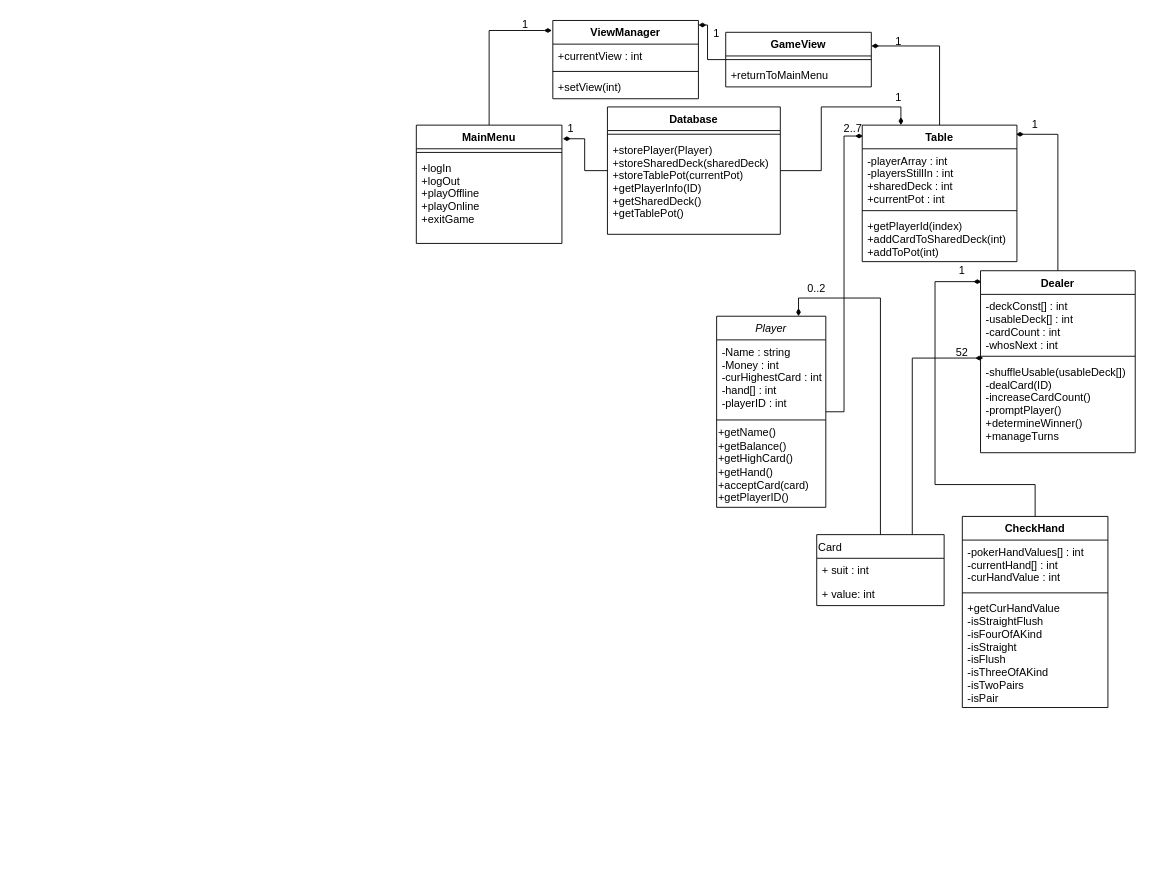
The draw.io diagram ClassDiagramUML.drawio in pierce-powell/ProcessesPoker, before the edit. Source tidied: cells renumbered, new cells numbered last; positions are measured from the earlier drawing's top-left corner, leaving out a move shared by most shapes. Both pictures are drawn from the tidied source at 91%, with x=0, y=0 at pixel (416, 15).
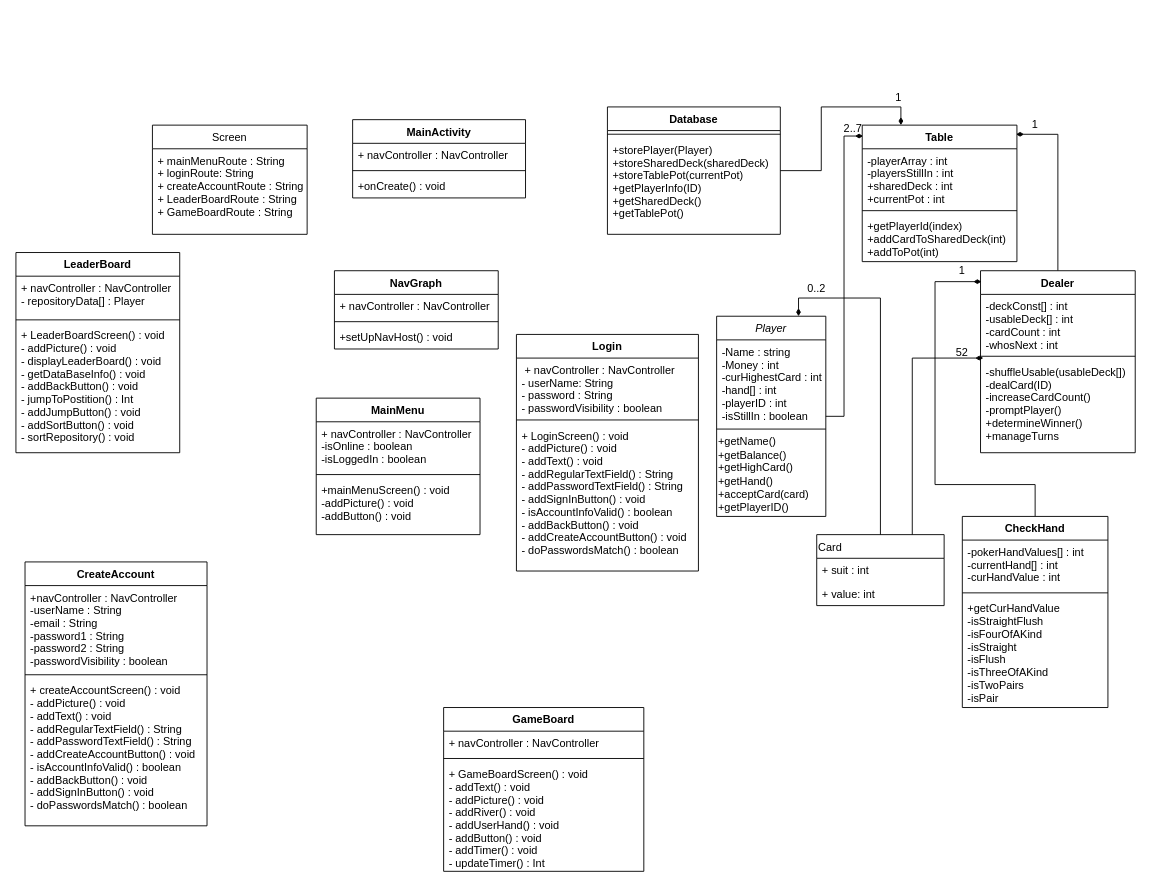
The same page after the edit.

The change refers to these unchanged cells:
```xml
<mxCell id="18" value="Table" style="swimlane;fontStyle=1;align=center;verticalAlign=top;horizontal=1;startSize=26;" parent="1" vertex="1">
  <mxGeometry x="490" y="120" width="170" height="150" as="geometry" />
</mxCell>
<mxCell id="24" value="Database" style="swimlane;fontStyle=1;align=center;verticalAlign=top;horizontal=1;startSize=26;" parent="1" vertex="1">
  <mxGeometry x="210" y="100" width="190" height="140" as="geometry" />
</mxCell>
```

The edit, as a diff of the source:
```diff
@@
     <mxCell id="3" value="Player" style="swimlane;fontStyle=2;align=center;verticalAlign=top;horizontal=1;startSize=26;rounded=0;shadow=0;strokeWidth=1;" parent="1" vertex="1">
-      <mxGeometry x="330" y="330" width="120" height="210" as="geometry" />
+      <mxGeometry x="330" y="330" width="120" height="220" as="geometry" />
     </mxCell>
-    <mxCell id="4" value="-Name : string&#10;-Money : int&#10;-curHighestCard : int&#10;-hand[] : int&#10;-playerID : int" style="text;align=left;verticalAlign=top;spacingLeft=4;spacingRight=4;overflow=hidden;rounded=0;shadow=0;html=0;" parent="3" vertex="1">
-      <mxGeometry y="26" width="120" height="84" as="geometry" />
+    <mxCell id="4" value="-Name : string&#10;-Money : int&#10;-curHighestCard : int&#10;-hand[] : int&#10;-playerID : int&#10;-isStillIn : boolean" style="text;align=left;verticalAlign=top;spacingLeft=4;spacingRight=4;overflow=hidden;rounded=0;shadow=0;html=0;" parent="3" vertex="1">
+      <mxGeometry y="26" width="120" height="94" as="geometry" />
     </mxCell>
     <mxCell id="5" style="line;html=1;strokeWidth=1;align=left;verticalAlign=middle;spacingTop=-1;spacingLeft=3;spacingRight=3;labelPosition=right;" parent="3" vertex="1">
-      <mxGeometry y="110" width="120" height="8" as="geometry" />
+      <mxGeometry y="120" width="120" height="8" as="geometry" />
     </mxCell>
     <mxCell id="6" value="+getName()&lt;br&gt;+getBalance()&lt;br&gt;+getHighCard()&lt;br&gt;+getHand()&lt;br&gt;+acceptCard(card)&lt;br&gt;+getPlayerID()" style="text;html=1;strokeColor=none;fillColor=none;align=left;verticalAlign=middle;whiteSpace=wrap;rounded=0;" parent="3" vertex="1">
-      <mxGeometry y="118" width="120" height="92" as="geometry" />
+      <mxGeometry y="128" width="120" height="92" as="geometry" />
     </mxCell>
@@
-    <mxCell id="17" style="edgeStyle=orthogonalEdgeStyle;rounded=0;jettySize=auto;html=1;entryX=1;entryY=0.25;entryDx=0;entryDy=0;endArrow=diamondThin;endFill=1;" parent="1" edge="1" source="18" target="37">
-      <mxGeometry relative="1" as="geometry" />
-    </mxCell>
@@
-    <mxCell id="22" style="edgeStyle=orthogonalEdgeStyle;rounded=0;jettySize=auto;html=1;entryX=1.006;entryY=0.115;entryDx=0;entryDy=0;entryPerimeter=0;endArrow=diamondThin;endFill=1;" parent="1" edge="1" source="24" target="33">
-      <mxGeometry relative="1" as="geometry" />
-    </mxCell>
@@
-    <mxCell id="32" style="edgeStyle=orthogonalEdgeStyle;rounded=0;jettySize=auto;html=1;entryX=-0.006;entryY=0.128;entryDx=0;entryDy=0;entryPerimeter=0;endArrow=diamondThin;endFill=1;" parent="1" edge="1" source="33" target="40">
-      <mxGeometry relative="1" as="geometry" />
-    </mxCell>
-    <mxCell id="33" value="MainMenu" style="swimlane;fontStyle=1;align=center;verticalAlign=top;horizontal=1;startSize=26;" parent="1" vertex="1">
-      <mxGeometry y="120" width="160" height="130" as="geometry" />
-    </mxCell>
-    <mxCell id="34" style="line;strokeWidth=1;fillColor=none;align=left;verticalAlign=middle;spacingTop=-1;spacingLeft=3;spacingRight=3;labelPosition=right;" parent="33" vertex="1">
-      <mxGeometry y="26" width="160" height="8" as="geometry" />
-    </mxCell>
-    <mxCell id="35" value="+logIn&#10;+logOut&#10;+playOffline&#10;+playOnline&#10;+exitGame" style="text;strokeColor=none;fillColor=none;align=left;verticalAlign=top;spacingLeft=4;spacingRight=4;overflow=hidden;" parent="33" vertex="1">
-      <mxGeometry y="34" width="160" height="96" as="geometry" />
-    </mxCell>
-    <mxCell id="36" style="edgeStyle=orthogonalEdgeStyle;rounded=0;jettySize=auto;html=1;entryX=1;entryY=0.058;entryDx=0;entryDy=0;endArrow=diamondThin;endFill=1;entryPerimeter=0;" parent="1" edge="1" source="37" target="40">
-      <mxGeometry relative="1" as="geometry" />
-    </mxCell>
-    <mxCell id="37" value="GameView" style="swimlane;fontStyle=1;align=center;verticalAlign=top;horizontal=1;startSize=26;" parent="1" vertex="1">
-      <mxGeometry x="340" y="18" width="160" height="60" as="geometry" />
-    </mxCell>
-    <mxCell id="38" style="line;strokeWidth=1;fillColor=none;align=left;verticalAlign=middle;spacingTop=-1;spacingLeft=3;spacingRight=3;labelPosition=right;" parent="37" vertex="1">
-      <mxGeometry y="26" width="160" height="8" as="geometry" />
-    </mxCell>
-    <mxCell id="39" value="+returnToMainMenu" style="text;strokeColor=none;fillColor=none;align=left;verticalAlign=top;spacingLeft=4;spacingRight=4;overflow=hidden;" parent="37" vertex="1">
-      <mxGeometry y="34" width="160" height="26" as="geometry" />
-    </mxCell>
-    <mxCell id="40" value="ViewManager" style="swimlane;fontStyle=1;align=center;verticalAlign=top;horizontal=1;startSize=26;" parent="1" vertex="1">
-      <mxGeometry x="150" y="5" width="160" height="86" as="geometry" />
-    </mxCell>
-    <mxCell id="41" value="+currentView : int" style="text;strokeColor=none;fillColor=none;align=left;verticalAlign=top;spacingLeft=4;spacingRight=4;overflow=hidden;" parent="40" vertex="1">
-      <mxGeometry y="26" width="160" height="26" as="geometry" />
-    </mxCell>
-    <mxCell id="42" style="line;strokeWidth=1;fillColor=none;align=left;verticalAlign=middle;spacingTop=-1;spacingLeft=3;spacingRight=3;labelPosition=right;" parent="40" vertex="1">
-      <mxGeometry y="52" width="160" height="8" as="geometry" />
-    </mxCell>
-    <mxCell id="43" value="+setView(int)" style="text;strokeColor=none;fillColor=none;align=left;verticalAlign=top;spacingLeft=4;spacingRight=4;overflow=hidden;" parent="40" vertex="1">
-      <mxGeometry y="60" width="160" height="26" as="geometry" />
-    </mxCell>
@@
-    <mxCell id="48" value="1" style="text;html=1;strokeColor=none;fillColor=none;align=center;verticalAlign=middle;whiteSpace=wrap;rounded=0;" parent="1" vertex="1">
-      <mxGeometry x="510" y="18" width="40" height="20" as="geometry" />
-    </mxCell>
@@
-    <mxCell id="50" value="1" style="text;html=1;strokeColor=none;fillColor=none;align=center;verticalAlign=middle;whiteSpace=wrap;rounded=0;" parent="1" vertex="1">
-      <mxGeometry x="150" y="114" width="40" height="20" as="geometry" />
-    </mxCell>
@@
-    <mxCell id="52" value="1" style="text;html=1;strokeColor=none;fillColor=none;align=center;verticalAlign=middle;whiteSpace=wrap;rounded=0;" parent="1" vertex="1">
-      <mxGeometry x="100" width="40" height="20" as="geometry" />
-    </mxCell>
-    <mxCell id="53" value="1" style="text;html=1;strokeColor=none;fillColor=none;align=center;verticalAlign=middle;whiteSpace=wrap;rounded=0;" parent="1" vertex="1">
-      <mxGeometry x="310" y="10" width="40" height="20" as="geometry" />
-    </mxCell>
+    <mxCell id="54" value="MainActivity" style="swimlane;fontStyle=1;align=center;verticalAlign=top;horizontal=1;startSize=26;" parent="1" vertex="1">
+      <mxGeometry x="-70" y="114" width="190" height="86" as="geometry" />
+    </mxCell>
+    <mxCell id="55" value="+ navController : NavController" style="text;strokeColor=none;fillColor=none;align=left;verticalAlign=top;spacingLeft=4;spacingRight=4;overflow=hidden;" parent="54" vertex="1">
+      <mxGeometry y="26" width="190" height="26" as="geometry" />
+    </mxCell>
+    <mxCell id="56" style="line;strokeWidth=1;fillColor=none;align=left;verticalAlign=middle;spacingTop=-1;spacingLeft=3;spacingRight=3;labelPosition=right;" parent="54" vertex="1">
+      <mxGeometry y="52" width="190" height="8" as="geometry" />
+    </mxCell>
+    <mxCell id="57" value="+onCreate() : void" style="text;strokeColor=none;fillColor=none;align=left;verticalAlign=top;spacingLeft=4;spacingRight=4;overflow=hidden;" parent="54" vertex="1">
+      <mxGeometry y="60" width="190" height="26" as="geometry" />
+    </mxCell>
+    <mxCell id="58" value="NavGraph" style="swimlane;fontStyle=1;align=center;verticalAlign=top;horizontal=1;startSize=26;" parent="1" vertex="1">
+      <mxGeometry x="-90" y="280" width="180" height="86" as="geometry" />
+    </mxCell>
+    <mxCell id="59" value="+ navController : NavController" style="text;strokeColor=none;fillColor=none;align=left;verticalAlign=top;spacingLeft=4;spacingRight=4;overflow=hidden;" parent="58" vertex="1">
+      <mxGeometry y="26" width="180" height="26" as="geometry" />
+    </mxCell>
+    <mxCell id="60" style="line;strokeWidth=1;fillColor=none;align=left;verticalAlign=middle;spacingTop=-1;spacingLeft=3;spacingRight=3;labelPosition=right;" parent="58" vertex="1">
+      <mxGeometry y="52" width="180" height="8" as="geometry" />
+    </mxCell>
+    <mxCell id="61" value="+setUpNavHost() : void" style="text;strokeColor=none;fillColor=none;align=left;verticalAlign=top;spacingLeft=4;spacingRight=4;overflow=hidden;" parent="58" vertex="1">
+      <mxGeometry y="60" width="180" height="26" as="geometry" />
+    </mxCell>
+    <mxCell id="33" value="MainMenu" style="swimlane;fontStyle=1;align=center;verticalAlign=top;horizontal=1;startSize=26;" parent="1" vertex="1">
+      <mxGeometry x="-110" y="420" width="180" height="150" as="geometry" />
+    </mxCell>
+    <mxCell id="62" value="+ navController : NavController&#10;-isOnline : boolean&#10;-isLoggedIn : boolean" style="text;strokeColor=none;fillColor=none;align=left;verticalAlign=top;spacingLeft=4;spacingRight=4;overflow=hidden;" parent="33" vertex="1">
+      <mxGeometry y="26" width="180" height="54" as="geometry" />
+    </mxCell>
+    <mxCell id="63" style="line;strokeWidth=1;fillColor=none;align=left;verticalAlign=middle;spacingTop=-1;spacingLeft=3;spacingRight=3;labelPosition=right;" parent="33" vertex="1">
+      <mxGeometry y="80" width="180" height="8" as="geometry" />
+    </mxCell>
+    <mxCell id="64" value="+mainMenuScreen() : void&#10;-addPicture() : void&#10;-addButton() : void" style="text;strokeColor=none;fillColor=none;align=left;verticalAlign=top;spacingLeft=4;spacingRight=4;overflow=hidden;" parent="33" vertex="1">
+      <mxGeometry y="88" width="180" height="62" as="geometry" />
+    </mxCell>
+    <mxCell id="65" value="CreateAccount" style="swimlane;fontStyle=1;align=center;verticalAlign=top;horizontal=1;startSize=26;" parent="1" vertex="1">
+      <mxGeometry x="-430" y="600" width="200" height="290" as="geometry" />
+    </mxCell>
+    <mxCell id="66" value="+navController : NavController&#10;-userName : String&#10;-email : String&#10;-password1 : String&#10;-password2 : String&#10;-passwordVisibility : boolean" style="text;strokeColor=none;fillColor=none;align=left;verticalAlign=top;spacingLeft=4;spacingRight=4;overflow=hidden;" parent="65" vertex="1">
+      <mxGeometry y="26" width="200" height="94" as="geometry" />
+    </mxCell>
+    <mxCell id="67" style="line;strokeWidth=1;fillColor=none;align=left;verticalAlign=middle;spacingTop=-1;spacingLeft=3;spacingRight=3;labelPosition=right;" parent="65" vertex="1">
+      <mxGeometry y="120" width="200" height="8" as="geometry" />
+    </mxCell>
+    <mxCell id="68" value="+ createAccountScreen() : void&#10;- addPicture() : void&#10;- addText() : void &#10;- addRegularTextField() : String&#10;- addPasswordTextField() : String&#10;- addCreateAccountButton() : void&#10;- isAccountInfoValid() : boolean&#10;- addBackButton() : void&#10;- addSignInButton() : void&#10;- doPasswordsMatch() : boolean&#10;" style="text;strokeColor=none;fillColor=none;align=left;verticalAlign=top;spacingLeft=4;spacingRight=4;overflow=hidden;" parent="65" vertex="1">
+      <mxGeometry y="128" width="200" height="162" as="geometry" />
+    </mxCell>
+    <mxCell id="69" value="Login" style="swimlane;fontStyle=1;align=center;verticalAlign=top;horizontal=1;startSize=26;" parent="1" vertex="1">
+      <mxGeometry x="110" y="350" width="200" height="260" as="geometry" />
+    </mxCell>
+    <mxCell id="70" value=" + navController : NavController&#10;- userName: String &#10;- password : String&#10;- passwordVisibility : boolean" style="text;strokeColor=none;fillColor=none;align=left;verticalAlign=top;spacingLeft=4;spacingRight=4;overflow=hidden;" parent="69" vertex="1">
+      <mxGeometry y="26" width="200" height="64" as="geometry" />
+    </mxCell>
+    <mxCell id="71" style="line;strokeWidth=1;fillColor=none;align=left;verticalAlign=middle;spacingTop=-1;spacingLeft=3;spacingRight=3;labelPosition=right;" parent="69" vertex="1">
+      <mxGeometry y="90" width="200" height="8" as="geometry" />
+    </mxCell>
+    <mxCell id="72" value="+ LoginScreen() : void&#10;- addPicture() : void&#10;- addText() : void &#10;- addRegularTextField() : String&#10;- addPasswordTextField() : String&#10;- addSignInButton() : void&#10;- isAccountInfoValid() : boolean&#10;- addBackButton() : void&#10;- addCreateAccountButton() : void&#10;- doPasswordsMatch() : boolean" style="text;strokeColor=none;fillColor=none;align=left;verticalAlign=top;spacingLeft=4;spacingRight=4;overflow=hidden;" parent="69" vertex="1">
+      <mxGeometry y="98" width="200" height="162" as="geometry" />
+    </mxCell>
+    <mxCell id="73" value="Screen" style="swimlane;fontStyle=0;horizontal=1;startSize=26;fillColor=none;" parent="1" vertex="1">
+      <mxGeometry x="-290" y="120" width="170" height="120" as="geometry" />
+    </mxCell>
+    <mxCell id="74" value="+ mainMenuRoute : String&#10;+ loginRoute: String&#10;+ createAccountRoute : String&#10;+ LeaderBoardRoute : String&#10;+ GameBoardRoute : String" style="text;strokeColor=none;fillColor=none;align=left;verticalAlign=top;spacingLeft=4;spacingRight=4;overflow=hidden;" parent="73" vertex="1">
+      <mxGeometry y="26" width="170" height="94" as="geometry" />
+    </mxCell>
+    <mxCell id="75" value="LeaderBoard" style="swimlane;fontStyle=1;align=center;verticalAlign=top;horizontal=1;startSize=26;" parent="1" vertex="1">
+      <mxGeometry x="-440" y="260" width="180" height="220" as="geometry" />
+    </mxCell>
+    <mxCell id="76" value="+ navController : NavController&#10;- repositoryData[] : Player" style="text;strokeColor=none;fillColor=none;align=left;verticalAlign=top;spacingLeft=4;spacingRight=4;overflow=hidden;" parent="75" vertex="1">
+      <mxGeometry y="26" width="180" height="44" as="geometry" />
+    </mxCell>
+    <mxCell id="77" style="line;strokeWidth=1;fillColor=none;align=left;verticalAlign=middle;spacingTop=-1;spacingLeft=3;spacingRight=3;labelPosition=right;" parent="75" vertex="1">
+      <mxGeometry y="70" width="180" height="8" as="geometry" />
+    </mxCell>
+    <mxCell id="78" value="+ LeaderBoardScreen() : void&#10;- addPicture() : void&#10;- displayLeaderBoard() : void&#10;- getDataBaseInfo() : void&#10;- addBackButton() : void &#10;- jumpToPostition() : Int&#10;- addJumpButton() : void&#10;- addSortButton() : void&#10;- sortRepository() : void" style="text;strokeColor=none;fillColor=none;align=left;verticalAlign=top;spacingLeft=4;spacingRight=4;overflow=hidden;" parent="75" vertex="1">
+      <mxGeometry y="78" width="180" height="142" as="geometry" />
+    </mxCell>
+    <mxCell id="79" value="GameBoard" style="swimlane;fontStyle=1;align=center;verticalAlign=top;horizontal=1;startSize=26;" parent="1" vertex="1">
+      <mxGeometry x="30" y="760" width="220" height="180" as="geometry" />
+    </mxCell>
+    <mxCell id="80" value="+ navController : NavController" style="text;strokeColor=none;fillColor=none;align=left;verticalAlign=top;spacingLeft=4;spacingRight=4;overflow=hidden;" parent="79" vertex="1">
+      <mxGeometry y="26" width="220" height="26" as="geometry" />
+    </mxCell>
+    <mxCell id="81" style="line;strokeWidth=1;fillColor=none;align=left;verticalAlign=middle;spacingTop=-1;spacingLeft=3;spacingRight=3;labelPosition=right;" parent="79" vertex="1">
+      <mxGeometry y="52" width="220" height="8" as="geometry" />
+    </mxCell>
+    <mxCell id="82" value="+ GameBoardScreen() : void&#10;- addText() : void &#10;- addPicture() : void &#10;- addRiver() : void &#10;- addUserHand() : void &#10;- addButton() : void &#10;- addTimer() : void &#10;- updateTimer() : Int " style="text;strokeColor=none;fillColor=none;align=left;verticalAlign=top;spacingLeft=4;spacingRight=4;overflow=hidden;" parent="79" vertex="1">
+      <mxGeometry y="60" width="220" height="120" as="geometry" />
+    </mxCell>
```
